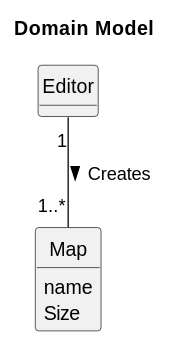
Before: docs/US01/US.analysis/svg/US01-DM.svg, a diagram exported from PlantUML (Cardoso1230475/sem2-pi-24.25-g065-repo). Source of this version:
```plantuml
@startuml
skinparam monochrome true
skinparam packageStyle rectangle
skinparam shadowing false
skinparam classAttributeIconSize 0
hide circle
hide methods

title Domain Model

class Editor {
}

class Map{
    name
    Size
}



Editor "1" -- "1..*" Map  : Creates >
@enduml
```
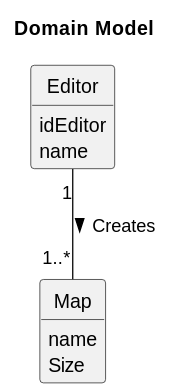
The same file after the commit.

Diff of the diagram source:
```diff
@@ -9,6 +9,8 @@
 title Domain Model
 
 class Editor {
+idEditor
+name
 }
 
 class Map{
```
